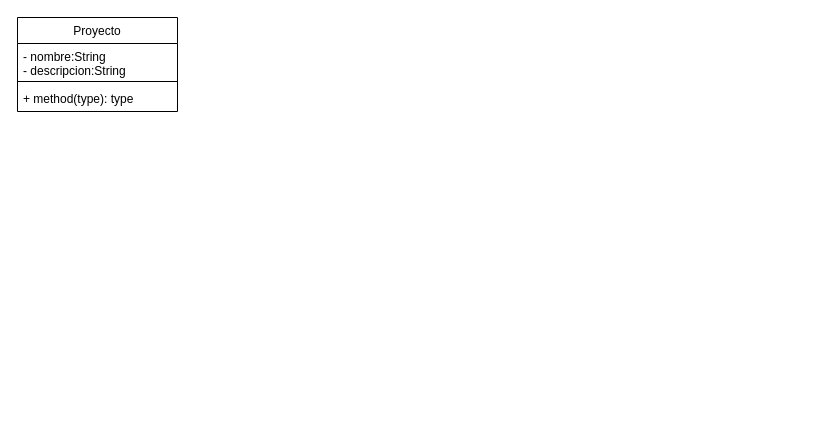
Before: tpFinal.drawio in nhubczyk/unq-po2-tpFinal, a draw.io diagram. Source tidied: cells renumbered, new cells numbered last; positions are measured from the earlier drawing's top-left corner, leaving out a move shared by most shapes. Both pictures are drawn from the tidied source at 100%, with x=0, y=0 at pixel (17, 17).
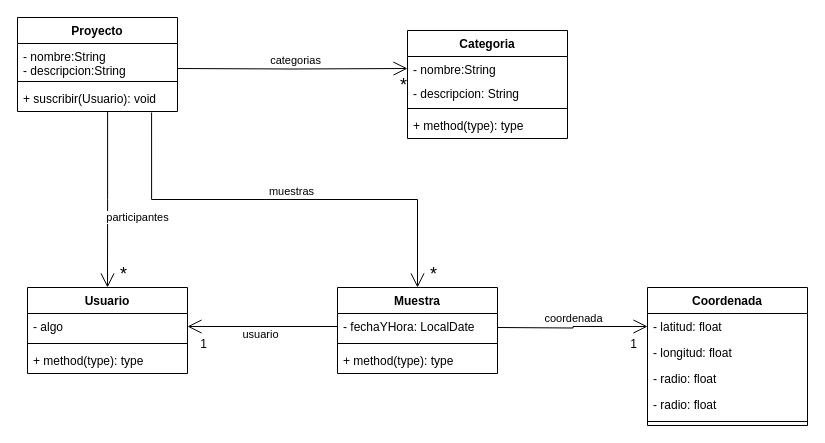
The same page after the edit.

The edit, as a diff of the source:
```diff
@@
-    <mxCell id="2" value="Proyecto" style="swimlane;fontStyle=0;align=center;verticalAlign=top;horizontal=1;startSize=26;" parent="1" vertex="1">
+    <mxCell id="2" value="Proyecto" style="swimlane;fontStyle=1;align=center;verticalAlign=top;horizontal=1;startSize=26;" parent="1" vertex="1">
       <mxGeometry width="160" height="94" as="geometry" />
     </mxCell>
@@
-    <mxCell id="5" value="+ method(type): type" style="text;strokeColor=none;fillColor=none;align=left;verticalAlign=top;spacingLeft=4;spacingRight=4;overflow=hidden;points=[[0,0.5],[1,0.5]];portConstraint=eastwest;" parent="2" vertex="1">
+    <mxCell id="5" value="+ suscribir(Usuario): void" style="text;strokeColor=none;fillColor=none;align=left;verticalAlign=top;spacingLeft=4;spacingRight=4;overflow=hidden;points=[[0,0.5],[1,0.5]];portConstraint=eastwest;" parent="2" vertex="1">
       <mxGeometry y="68" width="160" height="26" as="geometry" />
     </mxCell>
+    <mxCell id="6" value="Categoria" style="swimlane;fontStyle=1;align=center;verticalAlign=top;horizontal=1;startSize=26;" parent="1" vertex="1">
+      <mxGeometry x="390" y="13" width="160" height="108" as="geometry" />
+    </mxCell>
+    <mxCell id="7" value="- nombre:String" style="text;strokeColor=none;fillColor=none;align=left;verticalAlign=top;spacingLeft=4;spacingRight=4;overflow=hidden;points=[[0,0.5],[1,0.5]];portConstraint=eastwest;" parent="6" vertex="1">
+      <mxGeometry y="26" width="160" height="24" as="geometry" />
+    </mxCell>
+    <mxCell id="8" value="- descripcion: String" style="text;strokeColor=none;fillColor=none;align=left;verticalAlign=top;spacingLeft=4;spacingRight=4;overflow=hidden;" parent="6" vertex="1">
+      <mxGeometry y="50" width="160" height="24" as="geometry" />
+    </mxCell>
+    <mxCell id="9" style="line;strokeWidth=1;fillColor=none;align=left;verticalAlign=middle;spacingTop=-1;spacingLeft=3;spacingRight=3;labelPosition=right;strokeColor=inherit;" parent="6" vertex="1">
+      <mxGeometry y="74" width="160" height="8" as="geometry" />
+    </mxCell>
+    <mxCell id="10" value="+ method(type): type" style="text;strokeColor=none;fillColor=none;align=left;verticalAlign=top;spacingLeft=4;spacingRight=4;overflow=hidden;" parent="6" vertex="1">
+      <mxGeometry y="82" width="160" height="26" as="geometry" />
+    </mxCell>
+    <mxCell id="11" value="categorias" style="endArrow=open;html=1;endSize=12;startArrow=none;startSize=14;startFill=0;edgeStyle=orthogonalEdgeStyle;rounded=0;entryX=0;entryY=0.5;entryDx=0;entryDy=0;" parent="1" edge="1" target="7">
+      <mxGeometry x="0.03" y="8" relative="1" as="geometry">
+        <mxPoint x="160" y="51" as="sourcePoint" />
+      </mxGeometry>
+    </mxCell>
+    <mxCell id="12" value="*" style="edgeLabel;html=1;align=right;verticalAlign=top;fontSize=18;" parent="11" vertex="1">
+      <mxGeometry x="1" relative="1" as="geometry" />
+    </mxCell>
+    <mxCell id="13" value="Usuario" style="swimlane;fontStyle=1;align=center;verticalAlign=top;horizontal=1;startSize=26;" parent="1" vertex="1">
+      <mxGeometry x="10" y="270" width="160" height="86" as="geometry" />
+    </mxCell>
+    <mxCell id="14" value="- algo" style="text;strokeColor=none;fillColor=none;align=left;verticalAlign=top;spacingLeft=4;spacingRight=4;overflow=hidden;points=[[0,0.5],[1,0.5]];portConstraint=eastwest;" parent="13" vertex="1">
+      <mxGeometry y="26" width="160" height="26" as="geometry" />
+    </mxCell>
+    <mxCell id="15" style="line;strokeWidth=1;fillColor=none;align=left;verticalAlign=middle;spacingTop=-1;spacingLeft=3;spacingRight=3;labelPosition=right;strokeColor=inherit;" parent="13" vertex="1">
+      <mxGeometry y="52" width="160" height="8" as="geometry" />
+    </mxCell>
+    <mxCell id="16" value="+ method(type): type" style="text;strokeColor=none;fillColor=none;align=left;verticalAlign=top;spacingLeft=4;spacingRight=4;overflow=hidden;" parent="13" vertex="1">
+      <mxGeometry y="60" width="160" height="26" as="geometry" />
+    </mxCell>
+    <mxCell id="17" value="participantes" style="endArrow=open;html=1;endSize=12;startArrow=none;startSize=14;startFill=0;edgeStyle=orthogonalEdgeStyle;rounded=0;exitX=0.563;exitY=1;exitDx=0;exitDy=0;exitPerimeter=0;" parent="1" edge="1" source="5" target="13">
+      <mxGeometry x="0.2" y="30" relative="1" as="geometry" />
+    </mxCell>
+    <mxCell id="18" value="*" style="edgeLabel;html=1;align=right;verticalAlign=top;fontSize=18;" parent="17" vertex="1">
+      <mxGeometry x="1" relative="1" as="geometry">
+        <mxPoint x="20" y="-30" as="offset" />
+      </mxGeometry>
+    </mxCell>
+    <mxCell id="19" value="Muestra" style="swimlane;fontStyle=1;align=center;verticalAlign=top;horizontal=1;startSize=26;" parent="1" vertex="1">
+      <mxGeometry x="320" y="270" width="160" height="86" as="geometry" />
+    </mxCell>
+    <mxCell id="20" value="- fechaYHora: LocalDate" style="text;strokeColor=none;fillColor=none;align=left;verticalAlign=top;spacingLeft=4;spacingRight=4;overflow=hidden;points=[[0,0.5],[1,0.5]];portConstraint=eastwest;" parent="19" vertex="1">
+      <mxGeometry y="26" width="160" height="26" as="geometry" />
+    </mxCell>
+    <mxCell id="21" style="line;strokeWidth=1;fillColor=none;align=left;verticalAlign=middle;spacingTop=-1;spacingLeft=3;spacingRight=3;labelPosition=right;strokeColor=inherit;" parent="19" vertex="1">
+      <mxGeometry y="52" width="160" height="8" as="geometry" />
+    </mxCell>
+    <mxCell id="22" value="+ method(type): type" style="text;strokeColor=none;fillColor=none;align=left;verticalAlign=top;spacingLeft=4;spacingRight=4;overflow=hidden;" parent="19" vertex="1">
+      <mxGeometry y="60" width="160" height="26" as="geometry" />
+    </mxCell>
+    <mxCell id="23" value="muestras" style="endArrow=open;html=1;endSize=12;startArrow=none;startSize=14;startFill=0;edgeStyle=orthogonalEdgeStyle;rounded=0;entryX=0.5;entryY=0;entryDx=0;entryDy=0;exitX=0.838;exitY=1.038;exitDx=0;exitDy=0;exitPerimeter=0;" parent="1" edge="1" source="5" target="19">
+      <mxGeometry x="0.03" y="8" relative="1" as="geometry" />
+    </mxCell>
+    <mxCell id="24" value="*" style="edgeLabel;html=1;align=right;verticalAlign=top;fontSize=18;" parent="23" vertex="1">
+      <mxGeometry x="1" relative="1" as="geometry">
+        <mxPoint x="20" y="-30" as="offset" />
+      </mxGeometry>
+    </mxCell>
+    <mxCell id="25" value="usuario" style="endArrow=open;html=1;endSize=12;startArrow=none;startSize=14;startFill=0;edgeStyle=orthogonalEdgeStyle;rounded=0;entryX=1;entryY=0.5;entryDx=0;entryDy=0;exitX=0;exitY=0.5;exitDx=0;exitDy=0;" parent="1" edge="1" source="20" target="14">
+      <mxGeometry x="0.03" y="8" relative="1" as="geometry" />
+    </mxCell>
+    <mxCell id="26" value="1" style="edgeLabel;html=1;align=right;verticalAlign=top;fontSize=12;" parent="25" vertex="1">
+      <mxGeometry x="1" relative="1" as="geometry">
+        <mxPoint x="20" y="4" as="offset" />
+      </mxGeometry>
+    </mxCell>
+    <mxCell id="27" value="Coordenada" style="swimlane;fontStyle=1;align=center;verticalAlign=top;horizontal=1;startSize=26;" parent="1" vertex="1">
+      <mxGeometry x="630" y="270" width="160" height="138" as="geometry" />
+    </mxCell>
+    <mxCell id="28" value="- latitud: float" style="text;strokeColor=none;fillColor=none;align=left;verticalAlign=top;spacingLeft=4;spacingRight=4;overflow=hidden;points=[[0,0.5],[1,0.5]];portConstraint=eastwest;" parent="27" vertex="1">
+      <mxGeometry y="26" width="160" height="26" as="geometry" />
+    </mxCell>
+    <mxCell id="29" value="- longitud: float" style="text;strokeColor=none;fillColor=none;align=left;verticalAlign=top;spacingLeft=4;spacingRight=4;overflow=hidden;" parent="27" vertex="1">
+      <mxGeometry y="52" width="160" height="26" as="geometry" />
+    </mxCell>
+    <mxCell id="30" value="- radio: float" style="text;strokeColor=none;fillColor=none;align=left;verticalAlign=top;spacingLeft=4;spacingRight=4;overflow=hidden;" parent="27" vertex="1">
+      <mxGeometry y="78" width="160" height="26" as="geometry" />
+    </mxCell>
+    <mxCell id="31" value="- radio: float" style="text;strokeColor=none;fillColor=none;align=left;verticalAlign=top;spacingLeft=4;spacingRight=4;overflow=hidden;" parent="27" vertex="1">
+      <mxGeometry y="104" width="160" height="26" as="geometry" />
+    </mxCell>
+    <mxCell id="32" style="line;strokeWidth=1;fillColor=none;align=left;verticalAlign=middle;spacingTop=-1;spacingLeft=3;spacingRight=3;labelPosition=right;strokeColor=inherit;" parent="27" vertex="1">
+      <mxGeometry y="130" width="160" height="8" as="geometry" />
+    </mxCell>
+    <mxCell id="33" value="coordenada" style="endArrow=open;html=1;endSize=12;startArrow=none;startSize=14;startFill=0;edgeStyle=orthogonalEdgeStyle;rounded=0;entryX=0;entryY=0.5;entryDx=0;entryDy=0;" parent="1" edge="1" target="28">
+      <mxGeometry x="0.03" y="8" relative="1" as="geometry">
+        <mxPoint x="480" y="310" as="sourcePoint" />
+      </mxGeometry>
+    </mxCell>
+    <mxCell id="34" value="1" style="edgeLabel;html=1;align=right;verticalAlign=top;fontSize=12;" parent="33" vertex="1">
+      <mxGeometry x="1" relative="1" as="geometry">
+        <mxPoint x="-10" y="4" as="offset" />
+      </mxGeometry>
+    </mxCell>
```
